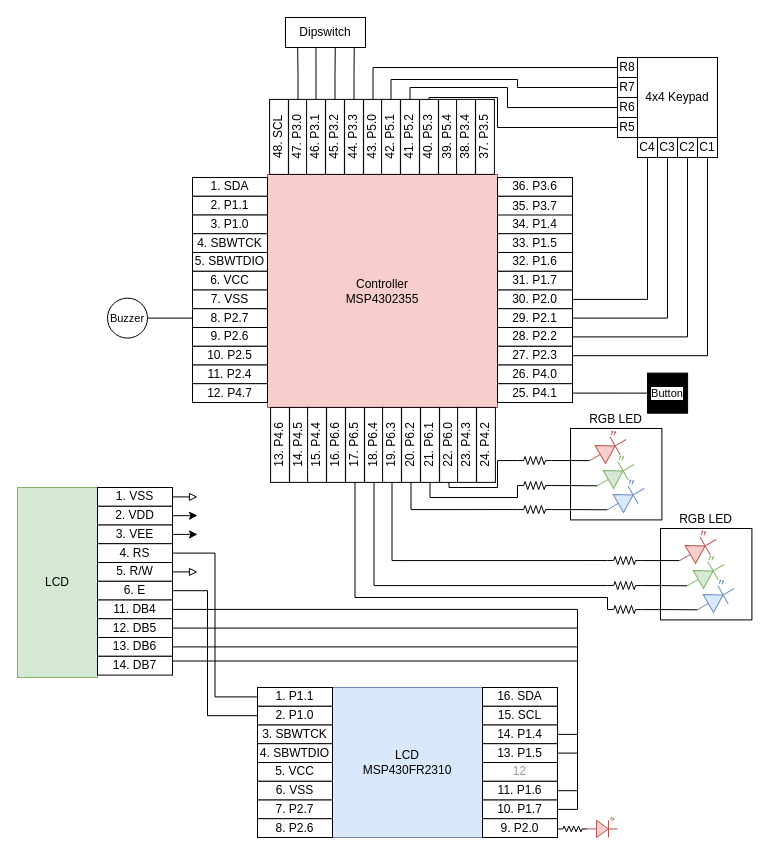
Before: page "circuit_diagram" (3 of 3) of docs/assets/final_project_concept.drawio in msu-eele-465/final-project-rlm2002, a draw.io diagram. Source tidied: cells renumbered, new cells numbered last; positions are measured from the earlier drawing's top-left corner, leaving out a move shared by most shapes. Both pictures are drawn from the tidied source at 100%, with x=0, y=0 at pixel (17, 17).
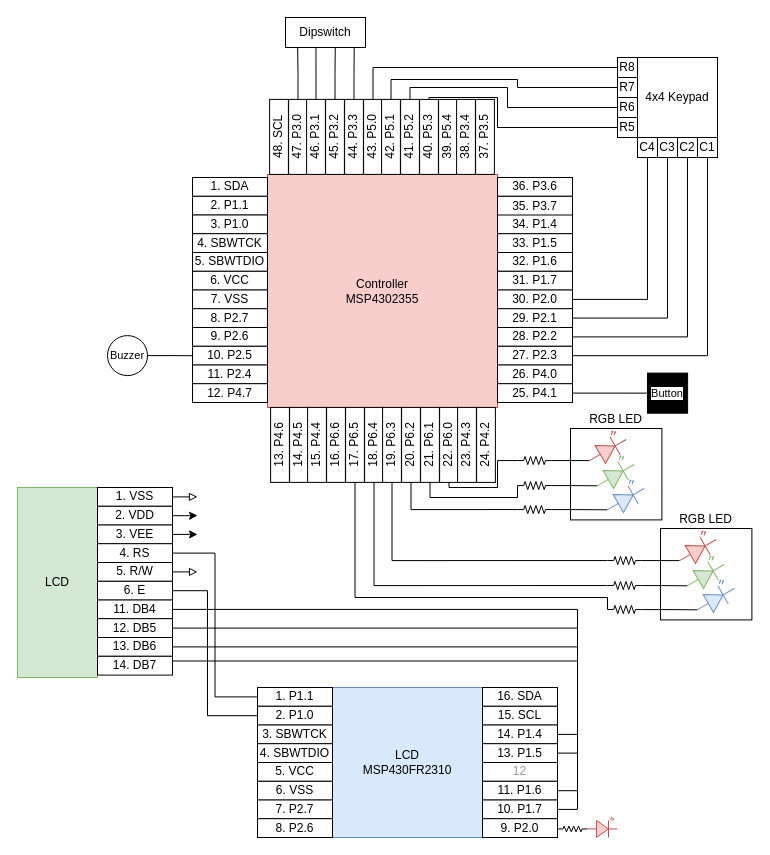
Above is the later version.

Unchanged cells that the change refers to:
```xml
<mxCell id="54" value="10. P2.5" style="rounded=0;whiteSpace=wrap;html=1;" parent="1" vertex="1">
  <mxGeometry x="175" y="328.8" width="75" height="18.8" as="geometry" />
</mxCell>
```

Change to the diagram source:
```diff
@@
-    <mxCell id="113" style="edgeStyle=orthogonalEdgeStyle;shape=connector;rounded=0;jettySize=auto;html=1;strokeColor=default;align=center;verticalAlign=middle;fontFamily=Helvetica;fontSize=11;fontColor=default;labelBackgroundColor=default;startFill=0;endArrow=none;" parent="1" edge="1" source="114">
-      <mxGeometry relative="1" as="geometry">
-        <mxPoint x="175" y="300.6" as="targetPoint" />
-      </mxGeometry>
+    <mxCell id="113" style="edgeStyle=orthogonalEdgeStyle;shape=connector;rounded=0;jettySize=auto;html=1;strokeColor=default;align=center;verticalAlign=middle;fontFamily=Helvetica;fontSize=11;fontColor=default;labelBackgroundColor=default;startFill=0;endArrow=none;entryX=0;entryY=0.5;entryDx=0;entryDy=0;" parent="1" edge="1" source="114" target="54">
+      <mxGeometry relative="1" as="geometry" />
     </mxCell>
     <mxCell id="114" value="Buzzer" style="ellipse;whiteSpace=wrap;html=1;fontFamily=Helvetica;fontSize=11;fontColor=default;labelBackgroundColor=default;" parent="1" vertex="1">
-      <mxGeometry x="90" y="280.6" width="40" height="40" as="geometry" />
+      <mxGeometry x="90" y="318.1" width="40" height="40" as="geometry" />
     </mxCell>
```
